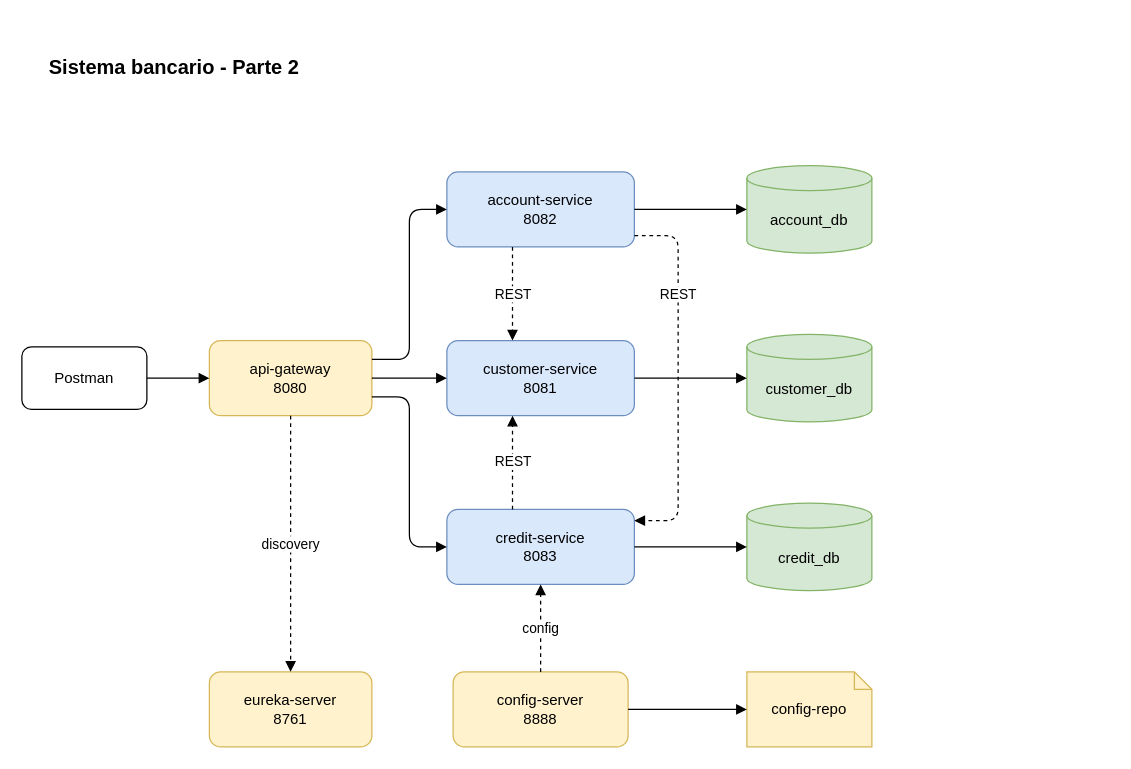
Earlier version of the draw.io diagram architecture.drawio (msalinas-se/bank-docs). Source tidied: cells renumbered, new cells numbered last; positions are measured from the earlier drawing's top-left corner, leaving out a move shared by most shapes. Both pictures are drawn from the tidied source at 125%, with x=0, y=0 at pixel (21, 46).
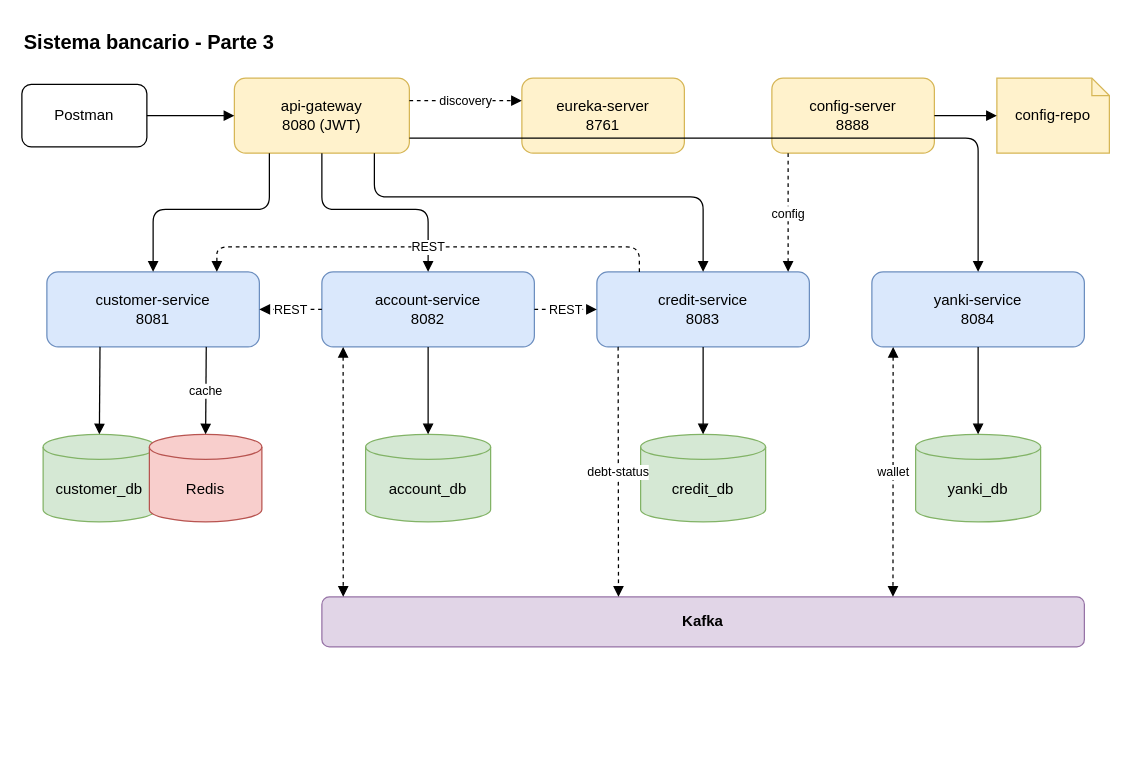
After the change.

Change to the diagram source:
```diff
@@
-    <mxCell id="2" value="Sistema bancario - Parte 2" style="text;html=1;fontSize=16;fontStyle=1;" parent="1" vertex="1">
-      <mxGeometry x="20" width="300" height="30" as="geometry" />
+    <mxCell id="2" value="Sistema bancario - Parte 3" style="text;html=1;fontSize=16;fontStyle=1;" parent="1" vertex="1">
+      <mxGeometry y="-20" width="300" height="30" as="geometry" />
     </mxCell>
     <mxCell id="3" value="Postman" style="rounded=1;whiteSpace=wrap;html=1;" parent="1" vertex="1">
-      <mxGeometry y="240" width="100" height="50" as="geometry" />
+      <mxGeometry y="30" width="100" height="50" as="geometry" />
     </mxCell>
-    <mxCell id="4" value="api-gateway&lt;br&gt;8080" style="rounded=1;whiteSpace=wrap;html=1;fillColor=#fff2cc;strokeColor=#d6b656;" parent="1" vertex="1">
-      <mxGeometry x="150" y="235" width="130" height="60" as="geometry" />
+    <mxCell id="4" value="api-gateway&lt;br&gt;8080 (JWT)" style="rounded=1;whiteSpace=wrap;html=1;fillColor=#fff2cc;strokeColor=#d6b656;" parent="1" vertex="1">
+      <mxGeometry x="170" y="25" width="140" height="60" as="geometry" />
     </mxCell>
-    <mxCell id="5" value="account-service&lt;br&gt;8082" style="rounded=1;whiteSpace=wrap;html=1;fillColor=#dae8fc;strokeColor=#6c8ebf;" parent="1" vertex="1">
-      <mxGeometry x="340" y="100" width="150" height="60" as="geometry" />
-    </mxCell>
-    <mxCell id="6" value="customer-service&lt;br&gt;8081" style="rounded=1;whiteSpace=wrap;html=1;fillColor=#dae8fc;strokeColor=#6c8ebf;" parent="1" vertex="1">
-      <mxGeometry x="340" y="235" width="150" height="60" as="geometry" />
-    </mxCell>
-    <mxCell id="7" value="credit-service&lt;br&gt;8083" style="rounded=1;whiteSpace=wrap;html=1;fillColor=#dae8fc;strokeColor=#6c8ebf;" parent="1" vertex="1">
-      <mxGeometry x="340" y="370" width="150" height="60" as="geometry" />
-    </mxCell>
-    <mxCell id="8" value="account_db" style="shape=cylinder3;whiteSpace=wrap;html=1;boundedLbl=1;size=10;fillColor=#d5e8d4;strokeColor=#82b366;" parent="1" vertex="1">
-      <mxGeometry x="580" y="95" width="100" height="70" as="geometry" />
-    </mxCell>
-    <mxCell id="9" value="customer_db" style="shape=cylinder3;whiteSpace=wrap;html=1;boundedLbl=1;size=10;fillColor=#d5e8d4;strokeColor=#82b366;" parent="1" vertex="1">
-      <mxGeometry x="580" y="230" width="100" height="70" as="geometry" />
-    </mxCell>
-    <mxCell id="10" value="credit_db" style="shape=cylinder3;whiteSpace=wrap;html=1;boundedLbl=1;size=10;fillColor=#d5e8d4;strokeColor=#82b366;" parent="1" vertex="1">
-      <mxGeometry x="580" y="365" width="100" height="70" as="geometry" />
-    </mxCell>
     <mxCell id="11" value="eureka-server&lt;br&gt;8761" style="rounded=1;whiteSpace=wrap;html=1;fillColor=#fff2cc;strokeColor=#d6b656;" parent="1" vertex="1">
-      <mxGeometry x="150" y="500" width="130" height="60" as="geometry" />
+      <mxGeometry x="400" y="25" width="130" height="60" as="geometry" />
     </mxCell>
     <mxCell id="12" value="config-server&lt;br&gt;8888" style="rounded=1;whiteSpace=wrap;html=1;fillColor=#fff2cc;strokeColor=#d6b656;" parent="1" vertex="1">
-      <mxGeometry x="345" y="500" width="140" height="60" as="geometry" />
+      <mxGeometry x="600" y="25" width="130" height="60" as="geometry" />
     </mxCell>
     <mxCell id="13" value="config-repo" style="shape=note;whiteSpace=wrap;html=1;size=14;fillColor=#fff2cc;strokeColor=#d6b656;" parent="1" vertex="1">
-      <mxGeometry x="580" y="500" width="100" height="60" as="geometry" />
+      <mxGeometry x="780" y="25" width="90" height="60" as="geometry" />
     </mxCell>
+    <mxCell id="6" value="customer-service&lt;br&gt;8081" style="rounded=1;whiteSpace=wrap;html=1;fillColor=#dae8fc;strokeColor=#6c8ebf;" parent="1" vertex="1">
+      <mxGeometry x="20" y="180" width="170" height="60" as="geometry" />
+    </mxCell>
+    <mxCell id="5" value="account-service&lt;br&gt;8082" style="rounded=1;whiteSpace=wrap;html=1;fillColor=#dae8fc;strokeColor=#6c8ebf;" parent="1" vertex="1">
+      <mxGeometry x="240" y="180" width="170" height="60" as="geometry" />
+    </mxCell>
+    <mxCell id="7" value="credit-service&lt;br&gt;8083" style="rounded=1;whiteSpace=wrap;html=1;fillColor=#dae8fc;strokeColor=#6c8ebf;" parent="1" vertex="1">
+      <mxGeometry x="460" y="180" width="170" height="60" as="geometry" />
+    </mxCell>
+    <mxCell id="27" value="yanki-service&lt;br&gt;8084" style="rounded=1;whiteSpace=wrap;html=1;fillColor=#dae8fc;strokeColor=#6c8ebf;" parent="1" vertex="1">
+      <mxGeometry x="680" y="180" width="170" height="60" as="geometry" />
+    </mxCell>
+    <mxCell id="9" value="customer_db" style="shape=cylinder3;whiteSpace=wrap;html=1;boundedLbl=1;size=10;fillColor=#d5e8d4;strokeColor=#82b366;" parent="1" vertex="1">
+      <mxGeometry x="17" y="310" width="90" height="70" as="geometry" />
+    </mxCell>
+    <mxCell id="28" value="Redis" style="shape=cylinder3;whiteSpace=wrap;html=1;boundedLbl=1;size=10;fillColor=#f8cecc;strokeColor=#b85450;" parent="1" vertex="1">
+      <mxGeometry x="102" y="310" width="90" height="70" as="geometry" />
+    </mxCell>
+    <mxCell id="8" value="account_db" style="shape=cylinder3;whiteSpace=wrap;html=1;boundedLbl=1;size=10;fillColor=#d5e8d4;strokeColor=#82b366;" parent="1" vertex="1">
+      <mxGeometry x="275" y="310" width="100" height="70" as="geometry" />
+    </mxCell>
+    <mxCell id="10" value="credit_db" style="shape=cylinder3;whiteSpace=wrap;html=1;boundedLbl=1;size=10;fillColor=#d5e8d4;strokeColor=#82b366;" parent="1" vertex="1">
+      <mxGeometry x="495" y="310" width="100" height="70" as="geometry" />
+    </mxCell>
+    <mxCell id="29" value="yanki_db" style="shape=cylinder3;whiteSpace=wrap;html=1;boundedLbl=1;size=10;fillColor=#d5e8d4;strokeColor=#82b366;" parent="1" vertex="1">
+      <mxGeometry x="715" y="310" width="100" height="70" as="geometry" />
+    </mxCell>
+    <mxCell id="30" value="Kafka" style="rounded=1;whiteSpace=wrap;html=1;fillColor=#e1d5e7;strokeColor=#9673a6;fontStyle=1;" parent="1" vertex="1">
+      <mxGeometry x="240" y="440" width="610" height="40" as="geometry" />
+    </mxCell>
-    <mxCell id="14" style="html=1;endArrow=block;exitX=1;exitY=0.5;entryX=0;entryY=0.5;" parent="1" edge="1" source="3" target="4">
+    <mxCell id="14" style="html=1;endArrow=block;labelBackgroundColor=#ffffff;fontSize=10;exitX=1;exitY=0.5;entryX=0;entryY=0.5;" parent="1" edge="1" source="3" target="4">
       <mxGeometry relative="1" as="geometry" />
     </mxCell>
-    <mxCell id="15" style="html=1;endArrow=block;exitX=1;exitY=0.25;entryX=0;entryY=0.5;" parent="1" edge="1" source="4" target="5">
+    <mxCell id="15" style="html=1;endArrow=block;labelBackgroundColor=#ffffff;fontSize=10;exitX=0.2;exitY=1;entryX=0.5;entryY=0;" parent="1" edge="1" source="4" target="6">
       <mxGeometry relative="1" as="geometry">
         <Array as="points">
-          <mxPoint x="310" y="250" />
-          <mxPoint x="310" y="130" />
+          <mxPoint x="198" y="130" />
+          <mxPoint x="105" y="130" />
         </Array>
       </mxGeometry>
     </mxCell>
-    <mxCell id="16" style="html=1;endArrow=block;exitX=1;exitY=0.5;entryX=0;entryY=0.5;" parent="1" edge="1" source="4" target="6">
-      <mxGeometry relative="1" as="geometry" />
+    <mxCell id="16" style="html=1;endArrow=block;labelBackgroundColor=#ffffff;fontSize=10;exitX=0.5;exitY=1;entryX=0.5;entryY=0;" parent="1" edge="1" source="4" target="5">
+      <mxGeometry relative="1" as="geometry">
+        <Array as="points">
+          <mxPoint x="240" y="130" />
+          <mxPoint x="325" y="130" />
+        </Array>
+      </mxGeometry>
     </mxCell>
-    <mxCell id="17" style="html=1;endArrow=block;exitX=1;exitY=0.75;entryX=0;entryY=0.5;" parent="1" edge="1" source="4" target="7">
+    <mxCell id="17" style="html=1;endArrow=block;labelBackgroundColor=#ffffff;fontSize=10;exitX=0.8;exitY=1;entryX=0.5;entryY=0;" parent="1" edge="1" source="4" target="7">
       <mxGeometry relative="1" as="geometry">
         <Array as="points">
-          <mxPoint x="310" y="280" />
-          <mxPoint x="310" y="400" />
+          <mxPoint x="282" y="120" />
+          <mxPoint x="545" y="120" />
         </Array>
       </mxGeometry>
     </mxCell>
-    <mxCell id="18" value="REST" style="html=1;endArrow=block;dashed=1;exitX=0.35;exitY=1;entryX=0.35;entryY=0;" parent="1" edge="1" source="5" target="6">
-      <mxGeometry relative="1" as="geometry" />
+    <mxCell id="18" style="html=1;endArrow=block;labelBackgroundColor=#ffffff;fontSize=10;exitX=1;exitY=0.8;entryX=0.5;entryY=0;" parent="1" edge="1" source="4" target="27">
+      <mxGeometry relative="1" as="geometry">
+        <Array as="points">
+          <mxPoint x="765" y="73" />
+        </Array>
+      </mxGeometry>
     </mxCell>
-    <mxCell id="19" value="REST" style="html=1;endArrow=block;dashed=1;exitX=0.35;exitY=0;entryX=0.35;entryY=1;" parent="1" edge="1" source="7" target="6">
+    <mxCell id="19" value="discovery" style="html=1;endArrow=block;labelBackgroundColor=#ffffff;fontSize=10;dashed=1;exitX=1;exitY=0.3;entryX=0;entryY=0.3;" parent="1" edge="1" source="4" target="11">
       <mxGeometry relative="1" as="geometry" />
     </mxCell>
-    <mxCell id="20" value="REST" style="html=1;endArrow=block;dashed=1;labelBackgroundColor=#ffffff;exitX=1;exitY=0.85;entryX=1;entryY=0.15;" parent="1" edge="1" source="5" target="7">
-      <mxGeometry x="-0.45" relative="1" as="geometry">
-        <Array as="points">
-          <mxPoint x="525" y="151" />
-          <mxPoint x="525" y="379" />
-        </Array>
-      </mxGeometry>
+    <mxCell id="20" style="html=1;endArrow=block;labelBackgroundColor=#ffffff;fontSize=10;exitX=1;exitY=0.5;entryX=0;entryY=0.5;" parent="1" edge="1" source="12" target="13">
+      <mxGeometry relative="1" as="geometry" />
     </mxCell>
-    <mxCell id="21" style="html=1;endArrow=block;exitX=1;exitY=0.5;entryX=0;entryY=0.5;" parent="1" edge="1" source="5" target="8">
+    <mxCell id="21" value="REST" style="html=1;endArrow=block;labelBackgroundColor=#ffffff;fontSize=10;dashed=1;exitX=0;exitY=0.5;entryX=1;entryY=0.5;" parent="1" edge="1" source="5" target="6">
       <mxGeometry relative="1" as="geometry" />
     </mxCell>
-    <mxCell id="22" style="html=1;endArrow=block;exitX=1;exitY=0.5;entryX=0;entryY=0.5;" parent="1" edge="1" source="6" target="9">
+    <mxCell id="22" value="REST" style="html=1;endArrow=block;labelBackgroundColor=#ffffff;fontSize=10;dashed=1;exitX=1;exitY=0.5;entryX=0;entryY=0.5;" parent="1" edge="1" source="5" target="7">
       <mxGeometry relative="1" as="geometry" />
     </mxCell>
-    <mxCell id="23" style="html=1;endArrow=block;exitX=1;exitY=0.5;entryX=0;entryY=0.5;" parent="1" edge="1" source="7" target="10">
+    <mxCell id="23" style="html=1;endArrow=block;labelBackgroundColor=#ffffff;fontSize=10;exitX=0.25;exitY=1;entryX=0.5;entryY=0;" parent="1" edge="1" source="6" target="9">
       <mxGeometry relative="1" as="geometry" />
     </mxCell>
-    <mxCell id="24" value="discovery" style="html=1;endArrow=block;dashed=1;exitX=0.5;exitY=1;entryX=0.5;entryY=0;" parent="1" edge="1" source="4" target="11">
+    <mxCell id="24" value="cache" style="html=1;endArrow=block;labelBackgroundColor=#ffffff;fontSize=10;exitX=0.75;exitY=1;entryX=0.5;entryY=0;" parent="1" edge="1" source="6" target="28">
       <mxGeometry relative="1" as="geometry" />
     </mxCell>
-    <mxCell id="25" value="config" style="html=1;endArrow=block;dashed=1;exitX=0.5;exitY=0;entryX=0.5;entryY=1;" parent="1" edge="1" source="12" target="7">
+    <mxCell id="25" style="html=1;endArrow=block;labelBackgroundColor=#ffffff;fontSize=10;exitX=0.5;exitY=1;entryX=0.5;entryY=0;" parent="1" edge="1" source="5" target="8">
       <mxGeometry relative="1" as="geometry" />
     </mxCell>
-    <mxCell id="26" style="html=1;endArrow=block;exitX=1;exitY=0.5;entryX=0;entryY=0.5;" parent="1" edge="1" source="12" target="13">
+    <mxCell id="26" style="html=1;endArrow=block;labelBackgroundColor=#ffffff;fontSize=10;exitX=0.5;exitY=1;entryX=0.5;entryY=0;" parent="1" edge="1" source="7" target="10">
       <mxGeometry relative="1" as="geometry" />
     </mxCell>
+    <mxCell id="31" style="html=1;endArrow=block;labelBackgroundColor=#ffffff;fontSize=10;exitX=0.5;exitY=1;entryX=0.5;entryY=0;" parent="1" edge="1" source="27" target="29">
+      <mxGeometry relative="1" as="geometry" />
+    </mxCell>
+    <mxCell id="32" style="html=1;endArrow=block;labelBackgroundColor=#ffffff;fontSize=10;dashed=1;startArrow=block;exitX=0.1;exitY=1;entryX=0.028;entryY=0;" parent="1" edge="1" source="5" target="30">
+      <mxGeometry relative="1" as="geometry" />
+    </mxCell>
+    <mxCell id="33" value="debt-status" style="html=1;endArrow=block;labelBackgroundColor=#ffffff;fontSize=10;dashed=1;exitX=0.1;exitY=1;entryX=0.389;entryY=0;" parent="1" edge="1" source="7" target="30">
+      <mxGeometry relative="1" as="geometry" />
+    </mxCell>
+    <mxCell id="34" value="wallet" style="html=1;endArrow=block;labelBackgroundColor=#ffffff;fontSize=10;dashed=1;startArrow=block;exitX=0.1;exitY=1;entryX=0.749;entryY=0;" parent="1" edge="1" source="27" target="30">
+      <mxGeometry relative="1" as="geometry" />
+    </mxCell>
+    <mxCell id="35" value="REST" style="html=1;endArrow=block;labelBackgroundColor=#ffffff;fontSize=10;dashed=1;exitX=0.2;exitY=0;entryX=0.8;entryY=0;" parent="1" edge="1" source="7" target="6">
+      <mxGeometry relative="1" as="geometry">
+        <Array as="points">
+          <mxPoint x="494" y="160" />
+          <mxPoint x="156" y="160" />
+        </Array>
+      </mxGeometry>
+    </mxCell>
+    <mxCell id="36" value="config" style="html=1;endArrow=block;labelBackgroundColor=#ffffff;fontSize=10;dashed=1;exitX=0.1;exitY=1;entryX=0.9;entryY=0;" parent="1" edge="1" source="12" target="7">
+      <mxGeometry relative="1" as="geometry" />
+    </mxCell>
```
